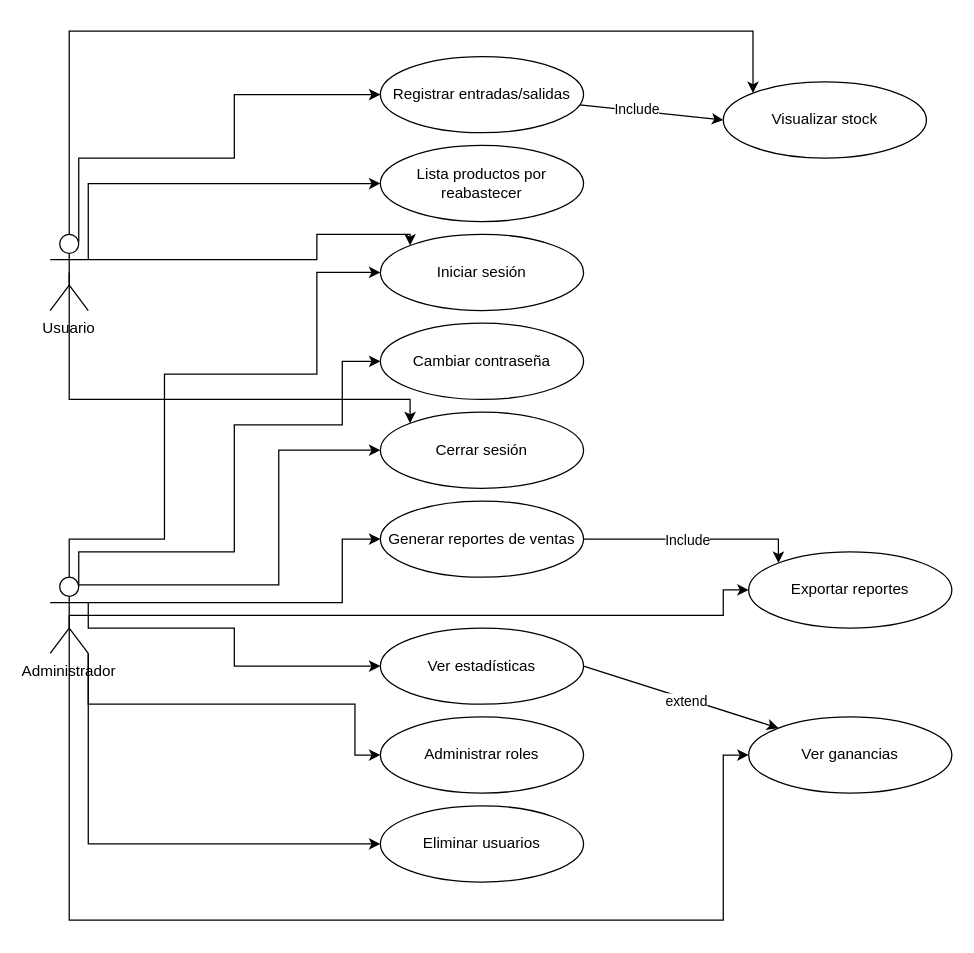
Above: page "Casos de Uso Nuvéa" (1 of 8) of Diagramas Nuevos/Diagrama_Casos_Uso_Nuvea.drawio in Ramos-hub/Sistema-de-Gestion-de-Inventario-Nuvea (draw.io), before the change. Source tidied: cells renumbered, new cells numbered last; positions are measured from the earlier drawing's top-left corner, leaving out a move shared by most shapes. Both pictures are drawn from the tidied source at 127%, with x=0, y=0 at pixel (50, 30).
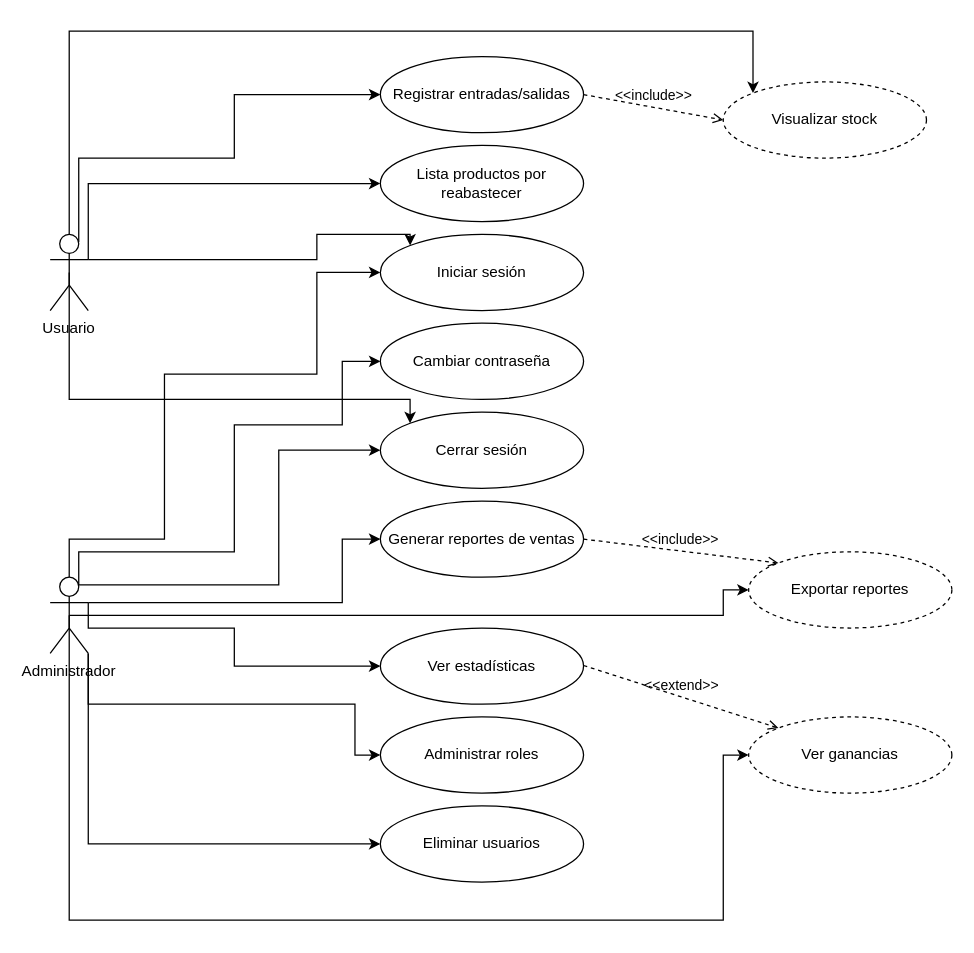
After the change.

The change refers to these unchanged cells:
```xml
<mxCell id="20" value="Registrar entradas/salidas" style="ellipse;whiteSpace=wrap;html=1;" parent="1" vertex="1">
  <mxGeometry x="260" y="20" width="160" height="60" as="geometry" />
</mxCell>
<mxCell id="30" value="Generar reportes de ventas" style="ellipse;whiteSpace=wrap;html=1;" parent="1" vertex="1">
  <mxGeometry x="260" y="370" width="160" height="60" as="geometry" />
</mxCell>
<mxCell id="34" value="Ver estadísticas" style="ellipse;whiteSpace=wrap;html=1;" parent="1" vertex="1">
  <mxGeometry x="260" y="470" width="160" height="60" as="geometry" />
</mxCell>
```

What changed in the source:
```diff
@@
-    <mxCell id="18" style="rounded=0;jettySize=auto;html=1;entryX=0;entryY=0.5;entryDx=0;entryDy=0;" parent="1" edge="1" source="20" target="22">
-      <mxGeometry relative="1" as="geometry" />
-    </mxCell>
-    <mxCell id="19" value="Include" style="edgeLabel;html=1;align=center;verticalAlign=middle;" parent="18" vertex="1">
-      <mxGeometry x="-0.21" relative="1" as="geometry">
-        <mxPoint y="-1" as="offset" />
-      </mxGeometry>
-    </mxCell>
@@
-    <mxCell id="22" value="Visualizar stock" style="ellipse;whiteSpace=wrap;html=1;" parent="1" vertex="1">
+    <mxCell id="22" value="Visualizar stock" style="ellipse;whiteSpace=wrap;html=1;dashed=1;" parent="1" vertex="1">
       <mxGeometry x="530" y="40" width="160" height="60" as="geometry" />
     </mxCell>
@@
-    <mxCell id="28" style="edgeStyle=orthogonalEdgeStyle;rounded=0;jettySize=auto;html=1;exitX=1;exitY=0.5;exitDx=0;exitDy=0;entryX=0;entryY=0;entryDx=0;entryDy=0;" parent="1" edge="1" source="30" target="31">
-      <mxGeometry relative="1" as="geometry">
-        <Array as="points">
-          <mxPoint x="573" y="400" />
-        </Array>
-      </mxGeometry>
-    </mxCell>
-    <mxCell id="29" value="Include" style="edgeLabel;html=1;align=center;verticalAlign=middle;" parent="28" vertex="1">
-      <mxGeometry x="-0.06" relative="1" as="geometry" />
-    </mxCell>
@@
-    <mxCell id="31" value="Exportar reportes" style="ellipse;whiteSpace=wrap;html=1;" parent="1" vertex="1">
+    <mxCell id="31" value="Exportar reportes" style="ellipse;whiteSpace=wrap;html=1;dashed=1;" parent="1" vertex="1">
       <mxGeometry x="550" y="410" width="160" height="60" as="geometry" />
     </mxCell>
-    <mxCell id="32" style="rounded=0;jettySize=auto;html=1;exitX=1;exitY=0.5;exitDx=0;exitDy=0;entryX=0;entryY=0;entryDx=0;entryDy=0;" parent="1" edge="1" source="34" target="35">
-      <mxGeometry relative="1" as="geometry" />
-    </mxCell>
-    <mxCell id="33" value="extend" style="edgeLabel;html=1;align=center;verticalAlign=middle;" parent="32" vertex="1">
-      <mxGeometry x="0.05" y="-2" relative="1" as="geometry" />
-    </mxCell>
@@
-    <mxCell id="35" value="Ver ganancias" style="ellipse;whiteSpace=wrap;html=1;" parent="1" vertex="1">
+    <mxCell id="35" value="Ver ganancias" style="ellipse;whiteSpace=wrap;html=1;dashed=1;" parent="1" vertex="1">
       <mxGeometry x="550" y="540" width="160" height="60" as="geometry" />
     </mxCell>
+    <mxCell id="18" value="&amp;lt;&amp;lt;include&amp;gt;&amp;gt;" style="html=1;verticalAlign=bottom;labelBackgroundColor=none;endArrow=open;endFill=0;dashed=1;rounded=0;exitX=1;exitY=0.5;exitDx=0;exitDy=0;entryX=0;entryY=0.5;entryDx=0;entryDy=0;" parent="1" edge="1" source="20" target="22">
+      <mxGeometry relative="1" as="geometry" />
+    </mxCell>
+    <mxCell id="36" value="&amp;lt;&amp;lt;include&amp;gt;&amp;gt;" style="html=1;verticalAlign=bottom;labelBackgroundColor=none;endArrow=open;endFill=0;dashed=1;rounded=0;entryX=0;entryY=0;entryDx=0;entryDy=0;" parent="1" edge="1" target="31">
+      <mxGeometry relative="1" as="geometry">
+        <mxPoint x="420" y="400" as="sourcePoint" />
+      </mxGeometry>
+    </mxCell>
+    <mxCell id="37" value="&amp;lt;&amp;lt;extend&amp;gt;&amp;gt;" style="html=1;verticalAlign=bottom;labelBackgroundColor=none;endArrow=open;endFill=0;dashed=1;rounded=0;entryX=0;entryY=0;entryDx=0;entryDy=0;" parent="1" edge="1" target="35">
+      <mxGeometry relative="1" as="geometry">
+        <mxPoint x="420" y="499.5" as="sourcePoint" />
+      </mxGeometry>
+    </mxCell>
```
